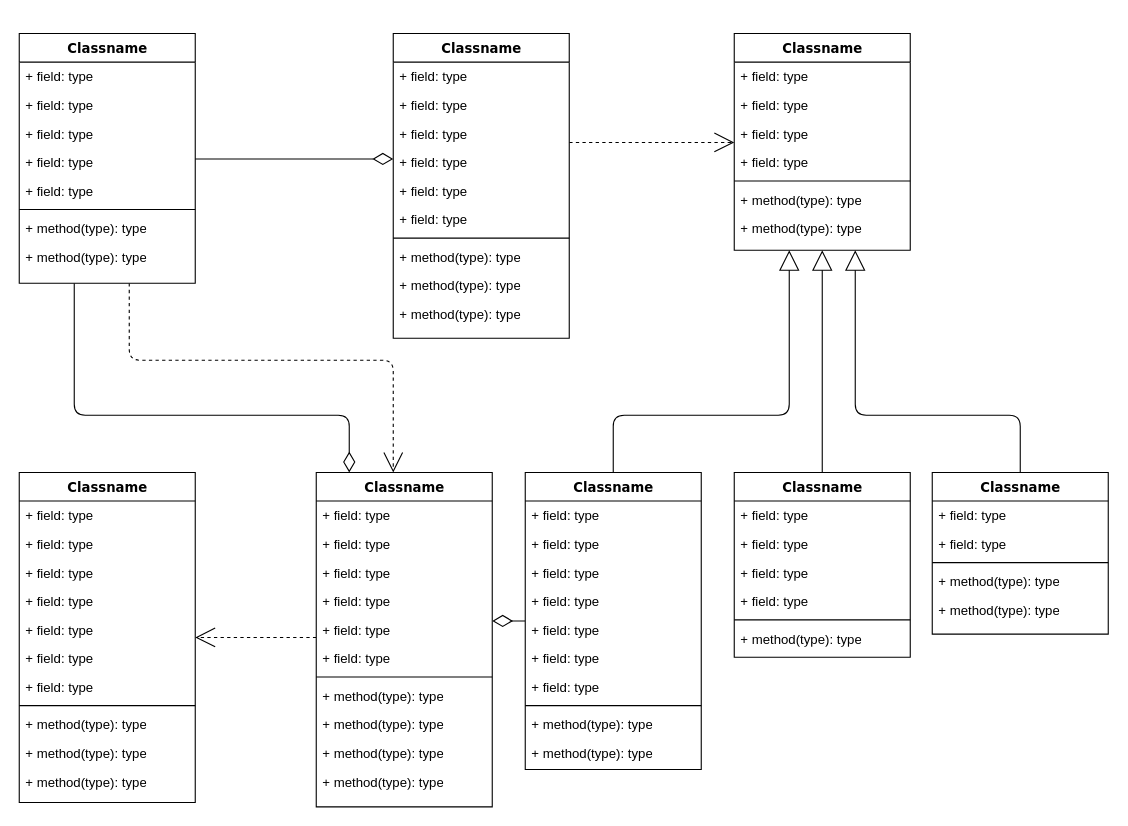
anfatkulin/integrator keeps this draw.io diagram as Untitled Diagram.drawio. Above is the earlier version. Source tidied: cells renumbered, new cells numbered last; positions are measured from the earlier drawing's top-left corner, leaving out a move shared by most shapes. Both pictures are drawn from the tidied source at 110%, with x=0, y=0 at pixel (19, 33).
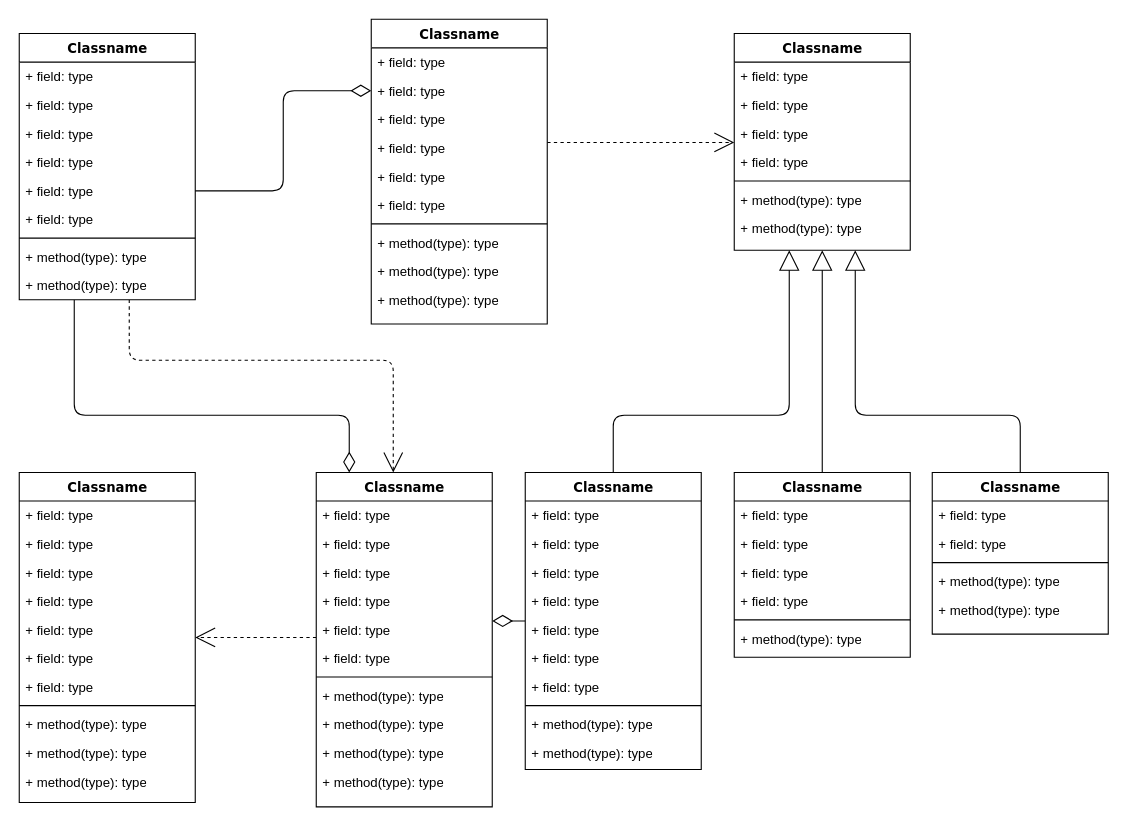
The same diagram, later.

The change refers to these unchanged cells:
```xml
<mxCell id="16" value="+ field: type" style="text;html=1;strokeColor=none;fillColor=none;align=left;verticalAlign=top;spacingLeft=4;spacingRight=4;whiteSpace=wrap;overflow=hidden;points=[[0,0.5],[1,0.5]];portConstraint=eastwest;" parent="14" vertex="1">
  <mxGeometry y="52" width="160" height="26" as="geometry" />
</mxCell>
```

Diff of the diagram source:
```diff
@@
     <mxCell id="4" value="Classname" style="swimlane;html=1;fontStyle=1;align=center;verticalAlign=top;horizontal=1;startSize=26;swimlaneFillColor=#ffffff;rounded=0;shadow=0;comic=0;labelBackgroundColor=none;strokeWidth=1;fillColor=none;fontFamily=Verdana;fontSize=12;" parent="1" vertex="1">
-      <mxGeometry width="160" height="227" as="geometry" />
+      <mxGeometry width="160" height="242" as="geometry" />
     </mxCell>
@@
+    <mxCell id="87" value="+ field: type" style="text;html=1;strokeColor=none;fillColor=none;align=left;verticalAlign=top;spacingLeft=4;spacingRight=4;whiteSpace=wrap;overflow=hidden;points=[[0,0.5],[1,0.5]];portConstraint=eastwest;" parent="4" vertex="1">
+      <mxGeometry y="130" width="160" height="26" as="geometry" />
+    </mxCell>
     <mxCell id="9" value="+ field: type" style="text;html=1;strokeColor=none;fillColor=none;align=left;verticalAlign=top;spacingLeft=4;spacingRight=4;whiteSpace=wrap;overflow=hidden;" parent="4" vertex="1">
-      <mxGeometry y="130" width="160" height="26" as="geometry" />
+      <mxGeometry y="156" width="160" height="26" as="geometry" />
     </mxCell>
     <mxCell id="10" style="line;html=1;strokeWidth=1;fillColor=none;align=left;verticalAlign=middle;spacingTop=-1;spacingLeft=3;spacingRight=3;labelPosition=right;" parent="4" vertex="1">
-      <mxGeometry y="156" width="160" height="8" as="geometry" />
+      <mxGeometry y="182" width="160" height="8" as="geometry" />
     </mxCell>
     <mxCell id="11" value="+ method(type): type" style="text;html=1;strokeColor=none;fillColor=none;align=left;verticalAlign=top;spacingLeft=4;spacingRight=4;whiteSpace=wrap;overflow=hidden;" parent="4" vertex="1">
-      <mxGeometry y="164" width="160" height="26" as="geometry" />
+      <mxGeometry y="190" width="160" height="26" as="geometry" />
     </mxCell>
     <mxCell id="12" value="+ method(type): type" style="text;html=1;strokeColor=none;fillColor=none;align=left;verticalAlign=top;spacingLeft=4;spacingRight=4;whiteSpace=wrap;overflow=hidden;" parent="4" vertex="1">
-      <mxGeometry y="190" width="160" height="26" as="geometry" />
+      <mxGeometry y="216" width="160" height="26" as="geometry" />
     </mxCell>
@@
     <mxCell id="14" value="Classname" style="swimlane;html=1;fontStyle=1;align=center;verticalAlign=top;horizontal=1;startSize=26;swimlaneFillColor=#ffffff;rounded=0;shadow=0;comic=0;labelBackgroundColor=none;strokeWidth=1;fillColor=none;fontFamily=Verdana;fontSize=12;" parent="1" vertex="1">
-      <mxGeometry x="340" width="160" height="277" as="geometry" />
+      <mxGeometry x="320" y="-13" width="160" height="277" as="geometry" />
     </mxCell>
@@
-    <mxCell id="86" style="edgeStyle=elbowEdgeStyle;html=1;labelBackgroundColor=none;startFill=0;startSize=8;endArrow=diamondThin;endFill=0;endSize=16;fontFamily=Verdana;fontSize=12;elbow=vertical;" parent="1" edge="1" source="4" target="14">
+    <mxCell id="86" style="edgeStyle=elbowEdgeStyle;html=1;labelBackgroundColor=none;startFill=0;startSize=8;endArrow=diamondThin;endFill=0;endSize=16;fontFamily=Verdana;fontSize=12;entryX=0;entryY=0.5;entryDx=0;entryDy=0;exitX=1;exitY=0.5;exitDx=0;exitDy=0;" parent="1" edge="1" source="87" target="16">
       <mxGeometry relative="1" as="geometry" />
     </mxCell>
```
